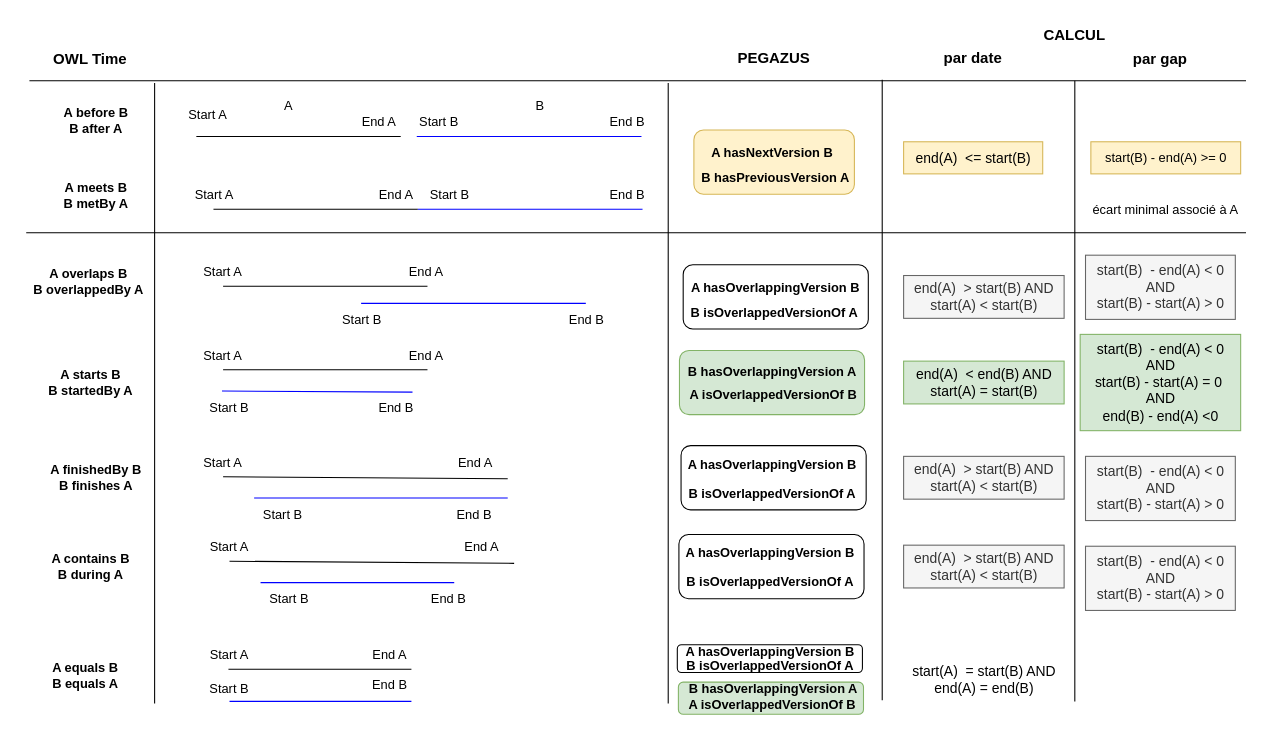
Earlier version of the draw.io diagram page "Temps" (2 of 2) of data/structure.drawio (solenn-tl/ontologie-peuplement). Source tidied: cells renumbered, new cells numbered last; positions are measured from the earlier drawing's top-left corner, leaving out a move shared by most shapes. Both pictures are drawn from the tidied source at 107%, with x=0, y=0 at pixel (18, 18).
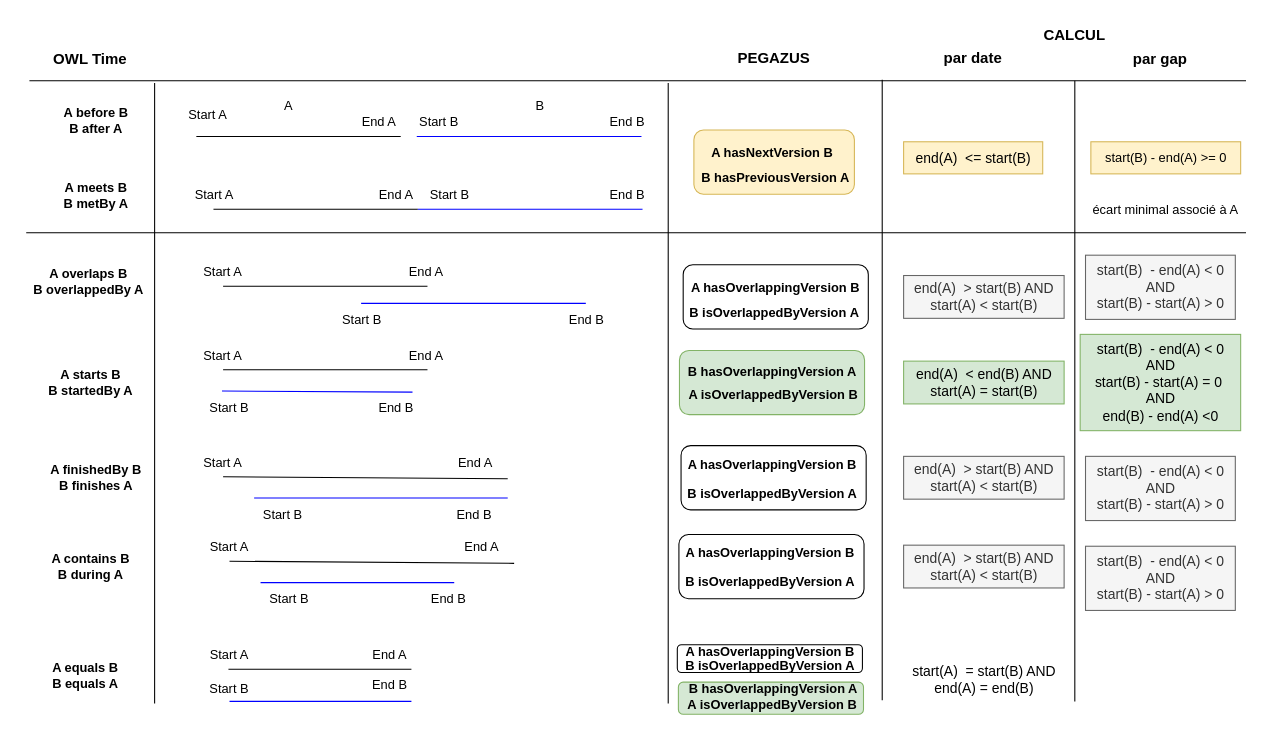
The same page after the edit.

Diff of the diagram source:
```diff
@@
-    <mxCell id="59" value="&lt;b&gt;B isOverlappedVersionOf A&lt;/b&gt;" style="text;html=1;align=center;verticalAlign=middle;strokeColor=none;fillColor=none;" parent="1" vertex="1">
+    <mxCell id="59" value="&lt;b&gt;B&amp;nbsp;&lt;/b&gt;&lt;b style=&quot;border-color: var(--border-color);&quot;&gt;isOverlappedByVersion&amp;nbsp;&lt;/b&gt;&lt;b&gt;A&lt;/b&gt;" style="text;html=1;align=center;verticalAlign=middle;strokeColor=none;fillColor=none;" parent="1" vertex="1">
       <mxGeometry x="616" y="260" width="180" height="30" as="geometry" />
     </mxCell>
@@
-    <mxCell id="62" value="&lt;b&gt;B isOverlappedVersionOf A&lt;/b&gt;" style="text;html=1;align=center;verticalAlign=middle;strokeColor=none;fillColor=none;" parent="1" vertex="1">
+    <mxCell id="62" value="&lt;b&gt;B isOverlappedByVersion A&lt;/b&gt;" style="text;html=1;align=center;verticalAlign=middle;strokeColor=none;fillColor=none;" parent="1" vertex="1">
       <mxGeometry x="614" y="429" width="180" height="30" as="geometry" />
     </mxCell>
@@
-    <mxCell id="65" value="&lt;b&gt;B isOverlappedVersionOf A&lt;/b&gt;" style="text;html=1;align=center;verticalAlign=middle;strokeColor=none;fillColor=none;" parent="1" vertex="1">
+    <mxCell id="65" value="&lt;b&gt;B isOverlappedByVersion A&lt;/b&gt;" style="text;html=1;align=center;verticalAlign=middle;strokeColor=none;fillColor=none;" parent="1" vertex="1">
       <mxGeometry x="612" y="512" width="180" height="30" as="geometry" />
     </mxCell>
@@
-    <mxCell id="78" value="&lt;b&gt;B isOverlappedVersionOf A&lt;/b&gt;" style="text;html=1;align=center;verticalAlign=middle;strokeColor=none;fillColor=none;" parent="1" vertex="1">
+    <mxCell id="78" value="&lt;b&gt;B isOverlappedByVersion A&lt;/b&gt;" style="text;html=1;align=center;verticalAlign=middle;strokeColor=none;fillColor=none;" parent="1" vertex="1">
       <mxGeometry x="612" y="590" width="180" height="30" as="geometry" />
     </mxCell>
@@
-    <mxCell id="82" value="&lt;b&gt;A isOverlappedVersionOf B&lt;/b&gt;" style="text;html=1;align=center;verticalAlign=middle;strokeColor=none;fillColor=none;" parent="1" vertex="1">
+    <mxCell id="82" value="&lt;b&gt;A isOverlappedByVersion B&lt;/b&gt;" style="text;html=1;align=center;verticalAlign=middle;strokeColor=none;fillColor=none;" parent="1" vertex="1">
       <mxGeometry x="613.5" y="627" width="180" height="30" as="geometry" />
     </mxCell>
@@
-    <mxCell id="85" value="&lt;b&gt;A isOverlappedVersionOf B&lt;/b&gt;" style="text;html=1;align=center;verticalAlign=middle;strokeColor=none;fillColor=none;" parent="1" vertex="1">
+    <mxCell id="85" value="&lt;b&gt;A isOverlappedByVersion&amp;nbsp;B&lt;/b&gt;" style="text;html=1;align=center;verticalAlign=middle;strokeColor=none;fillColor=none;" parent="1" vertex="1">
       <mxGeometry x="614.5" y="337" width="180" height="30" as="geometry" />
     </mxCell>
```
